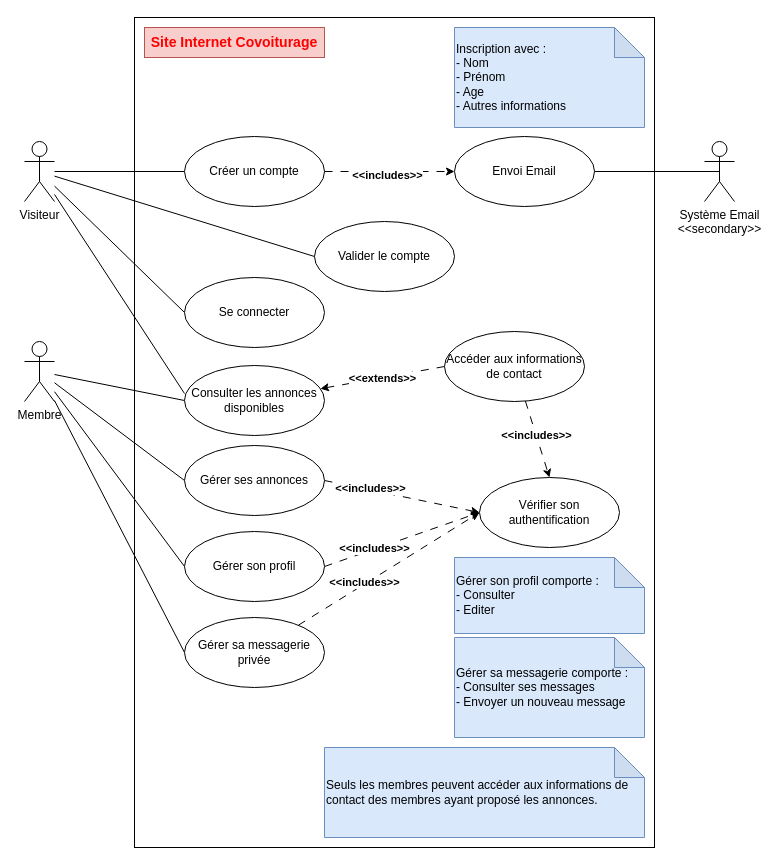
Mzk-Ali/EXO_M2I_UML keeps this draw.io diagram as TP_1_UML_Exercice_6.drawio. Above is the earlier version. Source tidied: cells renumbered, new cells numbered last; positions are measured from the earlier drawing's top-left corner, leaving out a move shared by most shapes. Both pictures are drawn from the tidied source at 100%, with x=0, y=0 at pixel (24, 17).
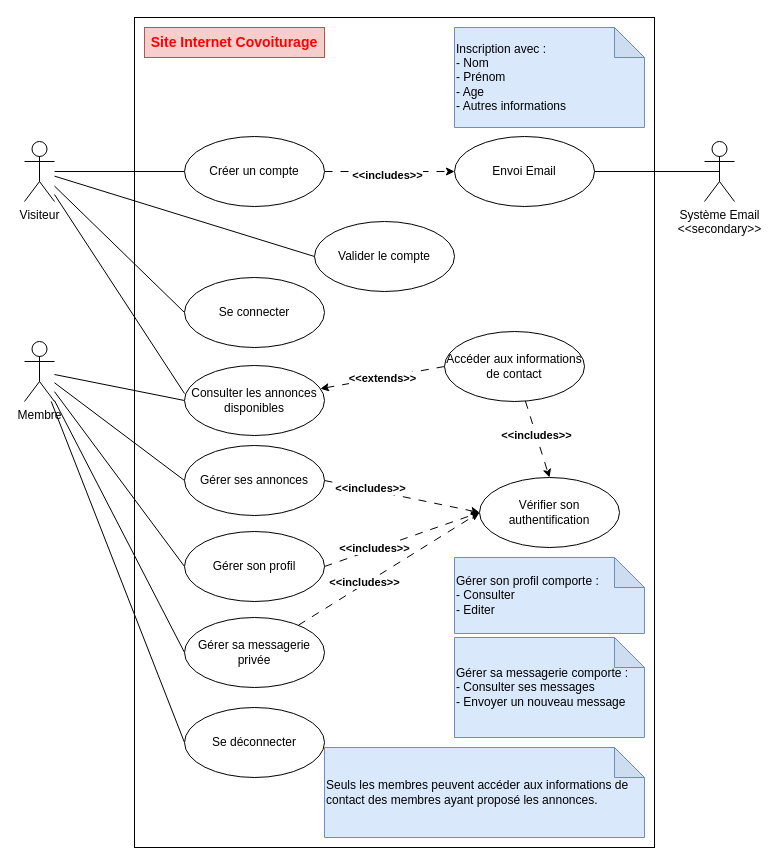
After the change.

Commit message:
Mettre à jour TP_1_UML_Exercice_6.drawio

Unchanged cells that the change refers to:
```xml
<mxCell id="17" value="Membre" style="shape=umlActor;verticalLabelPosition=bottom;verticalAlign=top;html=1;" parent="1" vertex="1">
  <mxGeometry y="324" width="30" height="60" as="geometry" />
</mxCell>
```

Diff of the diagram source:
```diff
@@
+    <mxCell id="42" style="rounded=0;jettySize=auto;html=1;entryX=0;entryY=0.5;entryDx=0;entryDy=0;endArrow=none;startFill=0;" parent="1" edge="1" source="17" target="43">
+      <mxGeometry relative="1" as="geometry" />
+    </mxCell>
@@
+    <mxCell id="43" value="Se déconnecter" style="ellipse;whiteSpace=wrap;html=1;" parent="1" vertex="1">
+      <mxGeometry x="160" y="690" width="140" height="70" as="geometry" />
+    </mxCell>
```
